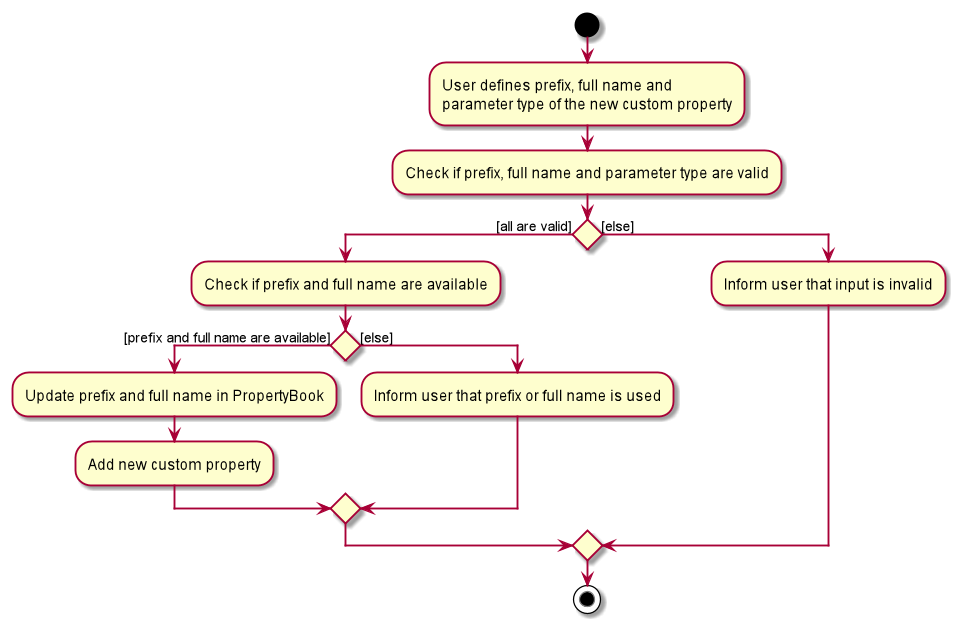
The PlantUML diagram docs/images/CustomAddActivityDiagram.png in nus-cs2103-AY1920S1/addressbook-level3, before a commit. Its diagram source:
```plantuml
@startuml
start

:User defines prefix, full name and
parameter type of the new custom property;

:Check if prefix, full name and parameter type are valid;

if () then ([all are valid])
    :Check if prefix and full name are available;
        if () then([prefix and full name are available])
            :Update prefix and full name in PropertyBook;
            :Add new custom property;
        else ([else])
            :Inform user that prefix or full name is used;
        endif
else ([else])
    :Inform user that input is invalid;
endif

stop
@enduml
```
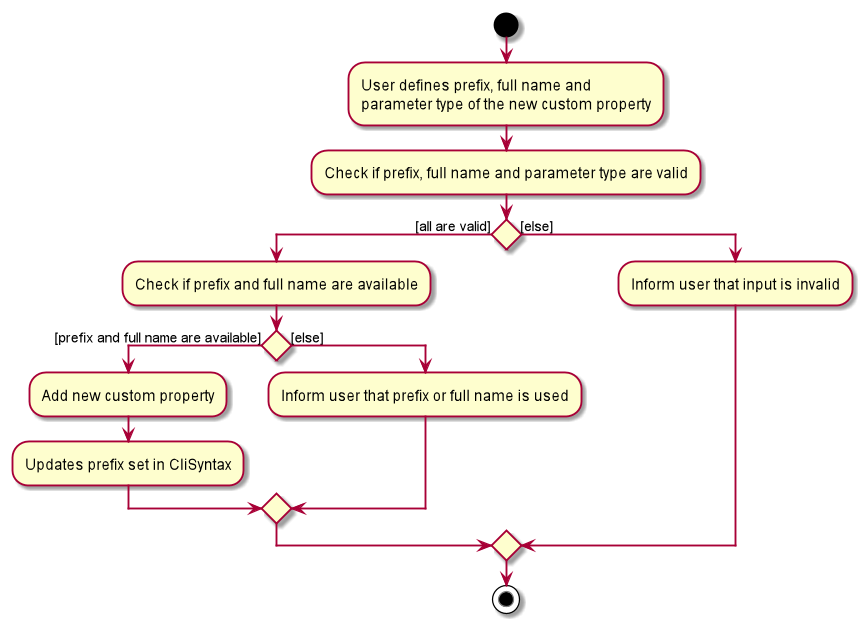
Above is the later version.

The edit, as a diff of the source:
```diff
@@ -9,8 +9,8 @@
 if () then ([all are valid])
     :Check if prefix and full name are available;
         if () then([prefix and full name are available])
-            :Update prefix and full name in PropertyBook;
             :Add new custom property;
+            :Updates prefix set in CliSyntax;
         else ([else])
             :Inform user that prefix or full name is used;
         endif
```
